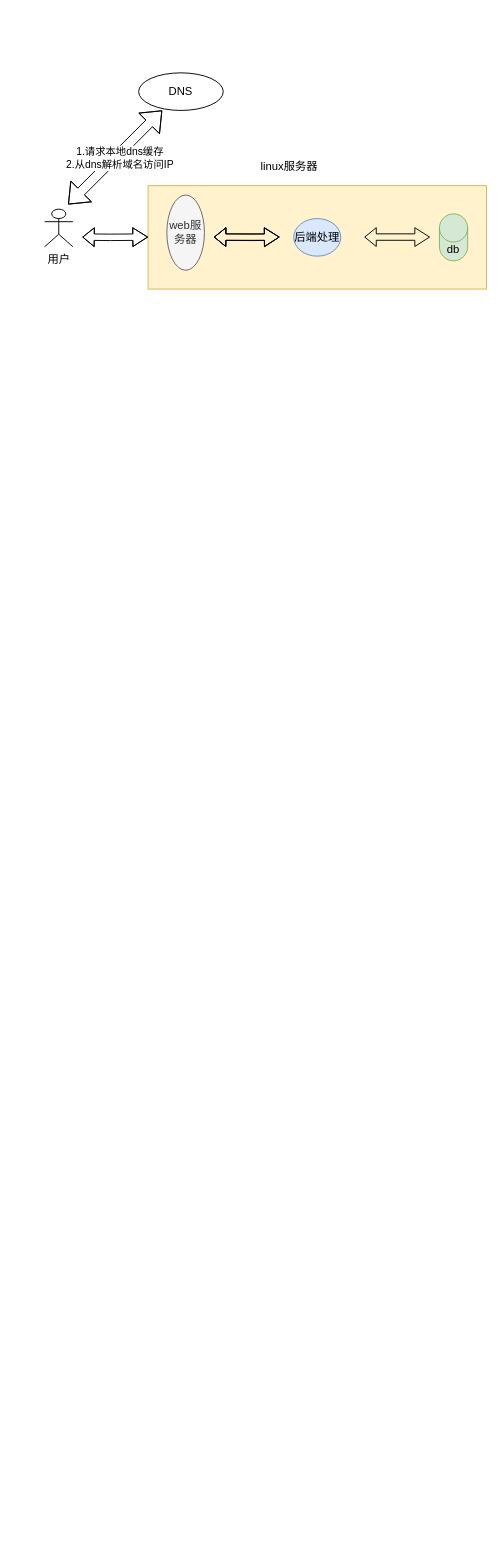
This is 网站从1到10亿架构演进.drawio from yintianyugithub/frameworkeDesin, a draw.io file, before an edit. Source tidied: cells renumbered, new cells numbered last; positions are measured from the earlier drawing's top-left corner, leaving out a move shared by most shapes. Both pictures are drawn from the tidied source at 94%, with x=0, y=0 at pixel (44, 72).
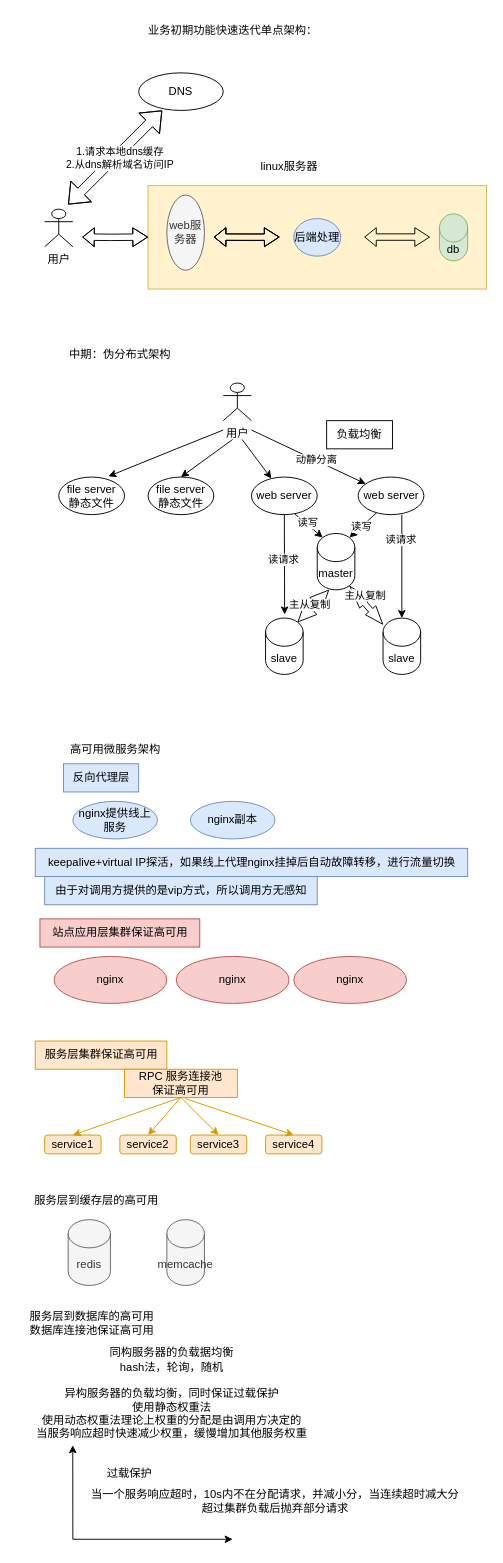
Above is the later version.

Commit message (it also covers changes not shown here):
更新网站从1到10亿架构演进.drawio

What changed in the source:
```diff
@@
+    <mxCell id="15" value="业务初期功能快速迭代单点架构：" style="text;html=1;align=center;verticalAlign=middle;strokeColor=none;fillColor=none;" parent="1" vertex="1">
+      <mxGeometry x="100" y="-60" width="200" height="30" as="geometry" />
+    </mxCell>
+    <mxCell id="16" value="中期：伪分布式架构" style="text;html=1;align=center;verticalAlign=middle;strokeColor=none;fillColor=none;" parent="1" vertex="1">
+      <mxGeometry x="15" y="285" width="130" height="30" as="geometry" />
+    </mxCell>
+    <mxCell id="17" value="用户&lt;br&gt;" style="shape=umlActor;verticalLabelPosition=bottom;verticalAlign=top;html=1;" parent="1" vertex="1">
+      <mxGeometry x="190" y="330" width="30" height="40" as="geometry" />
+    </mxCell>
+    <mxCell id="18" value="file server&lt;br&gt;静态文件" style="ellipse;whiteSpace=wrap;html=1;" parent="1" vertex="1">
+      <mxGeometry x="110" y="430" width="70" height="40" as="geometry" />
+    </mxCell>
+    <mxCell id="19" value="file server&lt;br&gt;静态文件" style="ellipse;whiteSpace=wrap;html=1;" parent="1" vertex="1">
+      <mxGeometry x="15" y="430" width="70" height="40" as="geometry" />
+    </mxCell>
+    <mxCell id="20" value="web server" style="ellipse;whiteSpace=wrap;html=1;" parent="1" vertex="1">
+      <mxGeometry x="220" y="430" width="70" height="40" as="geometry" />
+    </mxCell>
+    <mxCell id="21" value="web server" style="ellipse;whiteSpace=wrap;html=1;" parent="1" vertex="1">
+      <mxGeometry x="333.5" y="430" width="70" height="40" as="geometry" />
+    </mxCell>
+    <mxCell id="22" style="endArrow=classic;html=1;rounded=0;entryX=0.5;entryY=0;entryDx=0;entryDy=0;" parent="1" edge="1" target="18">
+      <mxGeometry relative="1" as="geometry">
+        <mxPoint x="200" y="390" as="sourcePoint" />
+      </mxGeometry>
+    </mxCell>
+    <mxCell id="23" style="endArrow=classic;html=1;rounded=0;" parent="1" edge="1" target="20">
+      <mxGeometry relative="1" as="geometry">
+        <mxPoint x="210" y="390" as="sourcePoint" />
+      </mxGeometry>
+    </mxCell>
+    <mxCell id="24" style="endArrow=classic;html=1;rounded=0;" parent="1" edge="1" target="21">
+      <mxGeometry relative="1" as="geometry">
+        <mxPoint x="220" y="380" as="sourcePoint" />
+      </mxGeometry>
+    </mxCell>
+    <mxCell id="25" value="动静分离" style="edgeLabel;html=1;align=center;verticalAlign=middle;" parent="24" vertex="1">
+      <mxGeometry x="0.11" y="1" relative="1" as="geometry" />
+    </mxCell>
+    <mxCell id="26" style="endArrow=classic;html=1;rounded=0;entryX=0.755;entryY=-0.018;entryDx=0;entryDy=0;entryPerimeter=0;" parent="1" edge="1" target="19">
+      <mxGeometry relative="1" as="geometry">
+        <mxPoint x="190" y="380" as="sourcePoint" />
+        <Array as="points">
+          <mxPoint x="140" y="400" />
+        </Array>
+      </mxGeometry>
+    </mxCell>
+    <mxCell id="27" value="负载均衡" style="whiteSpace=wrap;html=1;" parent="1" vertex="1">
+      <mxGeometry x="300" y="370" width="70" height="30" as="geometry" />
+    </mxCell>
+    <mxCell id="28" style="endArrow=classic;html=1;rounded=0;exitX=0.5;exitY=1;exitDx=0;exitDy=0;entryX=0.507;entryY=-0.064;entryDx=0;entryDy=0;entryPerimeter=0;" parent="1" edge="1" source="20" target="30">
+      <mxGeometry relative="1" as="geometry" />
+    </mxCell>
+    <mxCell id="29" value="读请求" style="edgeLabel;html=1;align=center;verticalAlign=middle;" parent="28" vertex="1">
+      <mxGeometry x="-0.11" y="-2" relative="1" as="geometry" />
+    </mxCell>
+    <mxCell id="30" value="slave" style="shape=cylinder3;whiteSpace=wrap;html=1;boundedLbl=1;backgroundOutline=1;size=15;" parent="1" vertex="1">
+      <mxGeometry x="235" y="580" width="40" height="60" as="geometry" />
+    </mxCell>
+    <mxCell id="31" value="master" style="shape=cylinder3;whiteSpace=wrap;html=1;boundedLbl=1;backgroundOutline=1;size=15;" parent="1" vertex="1">
+      <mxGeometry x="290" y="490" width="40" height="60" as="geometry" />
+    </mxCell>
+    <mxCell id="32" value="slave" style="shape=cylinder3;whiteSpace=wrap;html=1;boundedLbl=1;backgroundOutline=1;size=15;" parent="1" vertex="1">
+      <mxGeometry x="360" y="580" width="40" height="60" as="geometry" />
+    </mxCell>
+    <mxCell id="33" style="shape=flexArrow;endArrow=classic;startArrow=classic;html=1;rounded=0;width=9.142857142857142;endSize=6.2057142857142855;endWidth=7.918367346938775;startWidth=7.918367346938775;startSize=6.2057142857142855;exitX=0.855;exitY=0;exitDx=0;exitDy=4.35;exitPerimeter=0;" parent="1" edge="1" source="30">
+      <mxGeometry relative="1" as="geometry">
+        <mxPoint x="302.5" y="550" as="targetPoint" />
+      </mxGeometry>
+    </mxCell>
+    <mxCell id="34" value="主从复制" style="edgeLabel;html=1;align=center;verticalAlign=middle;" parent="33" vertex="1">
+      <mxGeometry x="-0.07" y="4" relative="1" as="geometry" />
+    </mxCell>
+    <mxCell id="35" style="shape=flexArrow;endArrow=classic;startArrow=classic;html=1;rounded=0;width=5.714285714285714;endSize=7.862857142857143;endWidth=7.918367346938775;startWidth=7.918367346938775;startSize=6.2057142857142855;entryX=0.855;entryY=1;entryDx=0;entryDy=-4.35;entryPerimeter=0;" parent="1" edge="1" source="32" target="31">
+      <mxGeometry relative="1" as="geometry" />
+    </mxCell>
+    <mxCell id="36" value="主从复制" style="edgeLabel;html=1;align=center;verticalAlign=middle;" parent="35" vertex="1">
+      <mxGeometry x="0.31" y="-6" relative="1" as="geometry" />
+    </mxCell>
+    <mxCell id="37" style="endArrow=classic;html=1;rounded=0;exitX=0.664;exitY=1;exitDx=0;exitDy=0;exitPerimeter=0;" parent="1" edge="1" source="21">
+      <mxGeometry relative="1" as="geometry">
+        <mxPoint x="380" y="580" as="targetPoint" />
+      </mxGeometry>
+    </mxCell>
+    <mxCell id="38" value="读请求" style="edgeLabel;html=1;align=center;verticalAlign=middle;" parent="37" vertex="1">
+      <mxGeometry x="-0.53" y="-1" relative="1" as="geometry" />
+    </mxCell>
+    <mxCell id="39" style="endArrow=classic;html=1;rounded=0;entryX=0.145;entryY=0;entryDx=0;entryDy=4.35;entryPerimeter=0;exitX=0.659;exitY=0.982;exitDx=0;exitDy=0;exitPerimeter=0;" parent="1" edge="1" source="20" target="31">
+      <mxGeometry relative="1" as="geometry" />
+    </mxCell>
+    <mxCell id="40" value="读写" style="edgeLabel;html=1;align=center;verticalAlign=middle;" parent="39" vertex="1">
+      <mxGeometry x="-0.18" y="2" relative="1" as="geometry" />
+    </mxCell>
+    <mxCell id="41" style="endArrow=classic;html=1;rounded=0;entryX=0.855;entryY=0;entryDx=0;entryDy=4.35;entryPerimeter=0;exitX=0.279;exitY=0.954;exitDx=0;exitDy=0;exitPerimeter=0;" parent="1" edge="1" source="21" target="31">
+      <mxGeometry relative="1" as="geometry" />
+    </mxCell>
+    <mxCell id="42" value="读写" style="edgeLabel;html=1;align=center;verticalAlign=middle;" parent="41" vertex="1">
+      <mxGeometry x="0.12" relative="1" as="geometry" />
+    </mxCell>
+    <mxCell id="43" value="高可用微服务架构" style="text;html=1;align=center;verticalAlign=middle;strokeColor=none;fillColor=none;" parent="1" vertex="1">
+      <mxGeometry x="15" y="705" width="120" height="30" as="geometry" />
+    </mxCell>
+    <mxCell id="44" value="反向代理层" style="text;html=1;align=center;verticalAlign=middle;strokeColor=#6c8ebf;fillColor=#dae8fc;" parent="1" vertex="1">
+      <mxGeometry x="20" y="735" width="80" height="30" as="geometry" />
+    </mxCell>
+    <mxCell id="45" value="nginx副本" style="ellipse;whiteSpace=wrap;html=1;fillColor=#dae8fc;strokeColor=#6c8ebf;" parent="1" vertex="1">
+      <mxGeometry x="155" y="775" width="90" height="40" as="geometry" />
+    </mxCell>
+    <mxCell id="46" value="nginx提供线上服务" style="ellipse;whiteSpace=wrap;html=1;fillColor=#dae8fc;strokeColor=#6c8ebf;" parent="1" vertex="1">
+      <mxGeometry x="30" y="775" width="90" height="40" as="geometry" />
+    </mxCell>
+    <mxCell id="47" value="keepalive+virtual IP探活，如果线上代理nginx挂掉后自动故障转移，进行流量切换" style="text;html=1;align=center;verticalAlign=middle;strokeColor=#6c8ebf;fillColor=#dae8fc;" parent="1" vertex="1">
+      <mxGeometry x="-10" y="825" width="460" height="30" as="geometry" />
+    </mxCell>
+    <mxCell id="48" value="由于对调用方提供的是vip方式，所以调用方无感知" style="text;html=1;align=center;verticalAlign=middle;strokeColor=#6c8ebf;fillColor=#dae8fc;" parent="1" vertex="1">
+      <mxGeometry y="855" width="290" height="30" as="geometry" />
+    </mxCell>
+    <mxCell id="49" value="站点应用层集群保证高可用" style="text;html=1;align=center;verticalAlign=middle;strokeColor=#b85450;fillColor=#f8cecc;" parent="1" vertex="1">
+      <mxGeometry x="-5" y="900" width="170" height="30" as="geometry" />
+    </mxCell>
+    <mxCell id="50" value="nginx" style="ellipse;whiteSpace=wrap;html=1;fillColor=#f8cecc;strokeColor=#b85450;" parent="1" vertex="1">
+      <mxGeometry x="10" y="940" width="120" height="50" as="geometry" />
+    </mxCell>
+    <mxCell id="51" value="nginx" style="ellipse;whiteSpace=wrap;html=1;fillColor=#f8cecc;strokeColor=#b85450;" parent="1" vertex="1">
+      <mxGeometry x="140" y="940" width="120" height="50" as="geometry" />
+    </mxCell>
+    <mxCell id="52" value="nginx" style="ellipse;whiteSpace=wrap;html=1;fillColor=#f8cecc;strokeColor=#b85450;" parent="1" vertex="1">
+      <mxGeometry x="265" y="940" width="120" height="50" as="geometry" />
+    </mxCell>
+    <mxCell id="53" value="服务层集群保证高可用" style="text;html=1;align=center;verticalAlign=middle;strokeColor=#d79b00;fillColor=#ffe6cc;" parent="1" vertex="1">
+      <mxGeometry x="-10" y="1030" width="140" height="30" as="geometry" />
+    </mxCell>
+    <mxCell id="54" value="RPC 服务连接池&lt;br&gt;保证高可用" style="rounded=0;whiteSpace=wrap;html=1;fillColor=#ffe6cc;strokeColor=#d79b00;" parent="1" vertex="1">
+      <mxGeometry x="85" y="1060" width="120" height="30" as="geometry" />
+    </mxCell>
+    <mxCell id="55" value="service1" style="rounded=1;whiteSpace=wrap;html=1;fillColor=#ffe6cc;strokeColor=#d79b00;" parent="1" vertex="1">
+      <mxGeometry y="1130" width="60" height="20" as="geometry" />
+    </mxCell>
+    <mxCell id="56" value="service2" style="rounded=1;whiteSpace=wrap;html=1;fillColor=#ffe6cc;strokeColor=#d79b00;" parent="1" vertex="1">
+      <mxGeometry x="80" y="1130" width="60" height="20" as="geometry" />
+    </mxCell>
+    <mxCell id="57" value="service3" style="rounded=1;whiteSpace=wrap;html=1;fillColor=#ffe6cc;strokeColor=#d79b00;" parent="1" vertex="1">
+      <mxGeometry x="155" y="1130" width="60" height="20" as="geometry" />
+    </mxCell>
+    <mxCell id="58" value="service4" style="rounded=1;whiteSpace=wrap;html=1;fillColor=#ffe6cc;strokeColor=#d79b00;" parent="1" vertex="1">
+      <mxGeometry x="235" y="1130" width="60" height="20" as="geometry" />
+    </mxCell>
+    <mxCell id="59" style="endArrow=classic;html=1;rounded=0;entryX=0.5;entryY=0;entryDx=0;entryDy=0;exitX=0.5;exitY=1;exitDx=0;exitDy=0;fillColor=#ffe6cc;strokeColor=#d79b00;" parent="1" edge="1" source="54" target="55">
+      <mxGeometry relative="1" as="geometry" />
+    </mxCell>
+    <mxCell id="60" style="endArrow=classic;html=1;rounded=0;entryX=0.5;entryY=0;entryDx=0;entryDy=0;exitX=0.5;exitY=1;exitDx=0;exitDy=0;fillColor=#ffe6cc;strokeColor=#d79b00;" parent="1" edge="1" source="54" target="56">
+      <mxGeometry relative="1" as="geometry" />
+    </mxCell>
+    <mxCell id="61" style="endArrow=classic;html=1;rounded=0;entryX=0.5;entryY=0;entryDx=0;entryDy=0;exitX=0.536;exitY=1.038;exitDx=0;exitDy=0;exitPerimeter=0;fillColor=#ffe6cc;strokeColor=#d79b00;" parent="1" edge="1" source="54" target="58">
+      <mxGeometry relative="1" as="geometry" />
+    </mxCell>
+    <mxCell id="62" style="endArrow=classic;html=1;rounded=0;entryX=0.5;entryY=0;entryDx=0;entryDy=0;exitX=0.5;exitY=1;exitDx=0;exitDy=0;fillColor=#ffe6cc;strokeColor=#d79b00;" parent="1" edge="1" source="54" target="57">
+      <mxGeometry relative="1" as="geometry" />
+    </mxCell>
+    <mxCell id="63" value="服务层到缓存层的高可用" style="text;html=1;align=center;verticalAlign=middle;strokeColor=none;fillColor=none;" parent="1" vertex="1">
+      <mxGeometry x="-25" y="1185" width="160" height="30" as="geometry" />
+    </mxCell>
+    <mxCell id="64" value="memcache" style="shape=cylinder3;whiteSpace=wrap;html=1;boundedLbl=1;backgroundOutline=1;size=15;fillColor=#f5f5f5;fontColor=#333333;strokeColor=#666666;" parent="1" vertex="1">
+      <mxGeometry x="130" y="1220" width="40" height="70" as="geometry" />
+    </mxCell>
+    <mxCell id="65" value="redis" style="shape=cylinder3;whiteSpace=wrap;html=1;boundedLbl=1;backgroundOutline=1;size=15;fillColor=#f5f5f5;fontColor=#333333;strokeColor=#666666;" parent="1" vertex="1">
+      <mxGeometry x="25" y="1220" width="45" height="70" as="geometry" />
+    </mxCell>
+    <mxCell id="66" value="服务层到数据库的高可用&lt;br&gt;数据库连接池保证高可用" style="text;html=1;align=center;verticalAlign=middle;strokeColor=none;fillColor=none;" parent="1" vertex="1">
+      <mxGeometry x="-30" y="1310" width="160" height="40" as="geometry" />
+    </mxCell>
+    <mxCell id="67" value="同构服务器的负载据均衡&lt;br&gt;hash法，轮询，随机&lt;br&gt;&lt;br&gt;异构服务器的负载均衡，同时保证过载保护&lt;br&gt;使用静态权重法&lt;br&gt;使用动态权重法理论上权重的分配是由调用方决定的&lt;br&gt;当服务响应超时快速减少权重，缓慢增加其他服务权重" style="text;html=1;align=center;verticalAlign=middle;points=[];strokeColor=none;fillColor=none;" parent="1" vertex="1">
+      <mxGeometry x="-20" y="1350" width="310" height="110" as="geometry" />
+    </mxCell>
+    <mxCell id="68" style="endArrow=classic;html=1;rounded=0;entryX=0.161;entryY=1;entryDx=0;entryDy=0;entryPerimeter=0;" parent="1" edge="1" target="67">
+      <mxGeometry relative="1" as="geometry">
+        <mxPoint x="30" y="1560" as="sourcePoint" />
+      </mxGeometry>
+    </mxCell>
+    <mxCell id="69" style="endArrow=classic;html=1;rounded=0;" parent="1" edge="1">
+      <mxGeometry relative="1" as="geometry">
+        <mxPoint x="30" y="1560" as="sourcePoint" />
+        <mxPoint x="200" y="1560" as="targetPoint" />
+      </mxGeometry>
+    </mxCell>
+    <mxCell id="70" value="过载保护" style="text;html=1;align=center;verticalAlign=middle;strokeColor=none;fillColor=none;" parent="1" vertex="1">
+      <mxGeometry x="55" y="1475" width="70" height="30" as="geometry" />
+    </mxCell>
+    <mxCell id="71" value="当一个服务响应超时，10s内不在分配请求，并减小分，当连续超时减大分&lt;br&gt;超过集群负载后抛弃部分请求" style="text;html=1;align=center;verticalAlign=middle;strokeColor=none;fillColor=none;" parent="1" vertex="1">
+      <mxGeometry x="40" y="1500" width="410" height="40" as="geometry" />
+    </mxCell>
```
